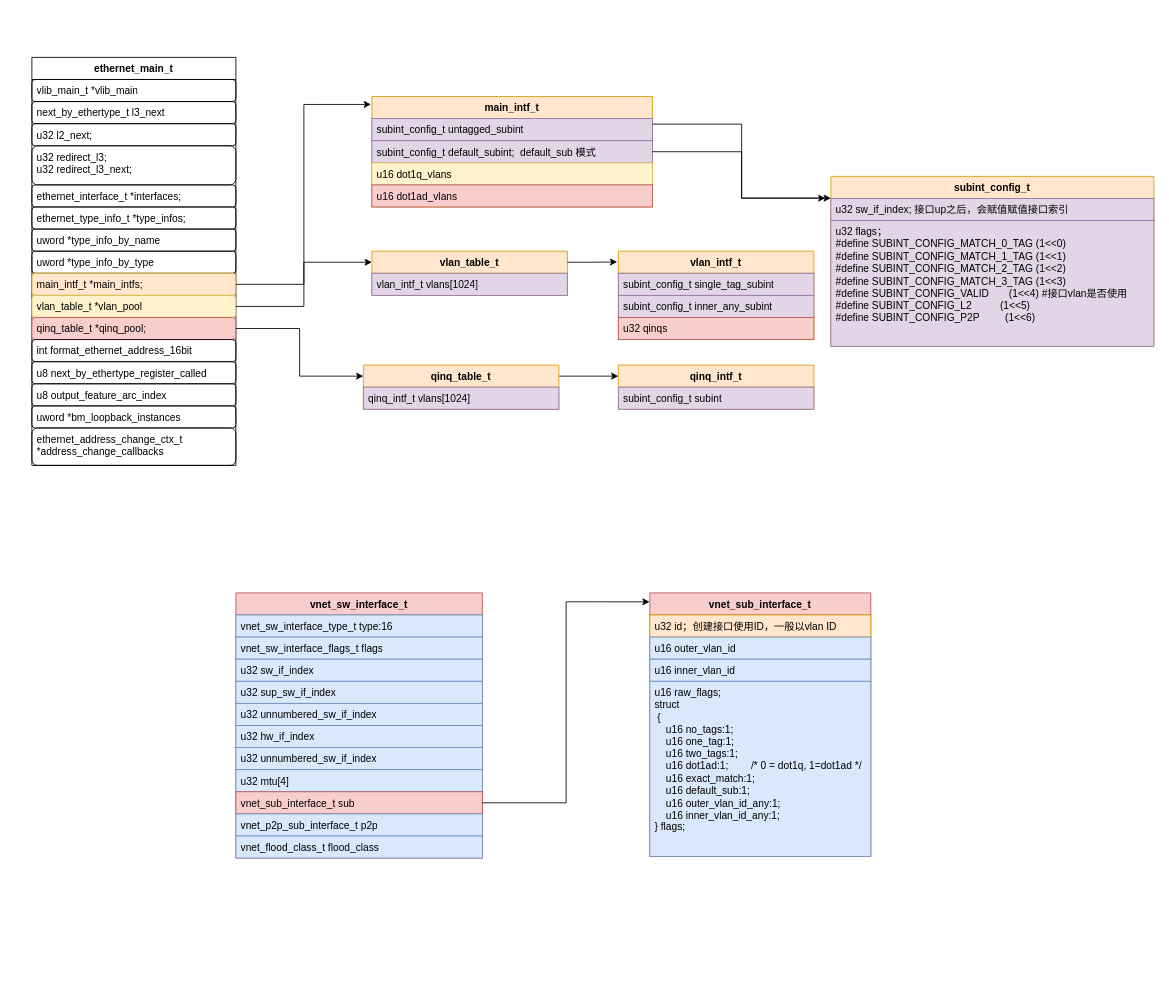
Above: new_map/vlan_qinq.drawio in jin13417/dpdk-vpp-learning (draw.io), before the change. Source tidied: cells renumbered, new cells numbered last; positions are measured from the earlier drawing's top-left corner, leaving out a move shared by most shapes. Both pictures are drawn from the tidied source at 85%, with x=0, y=0 at pixel (31, 57).
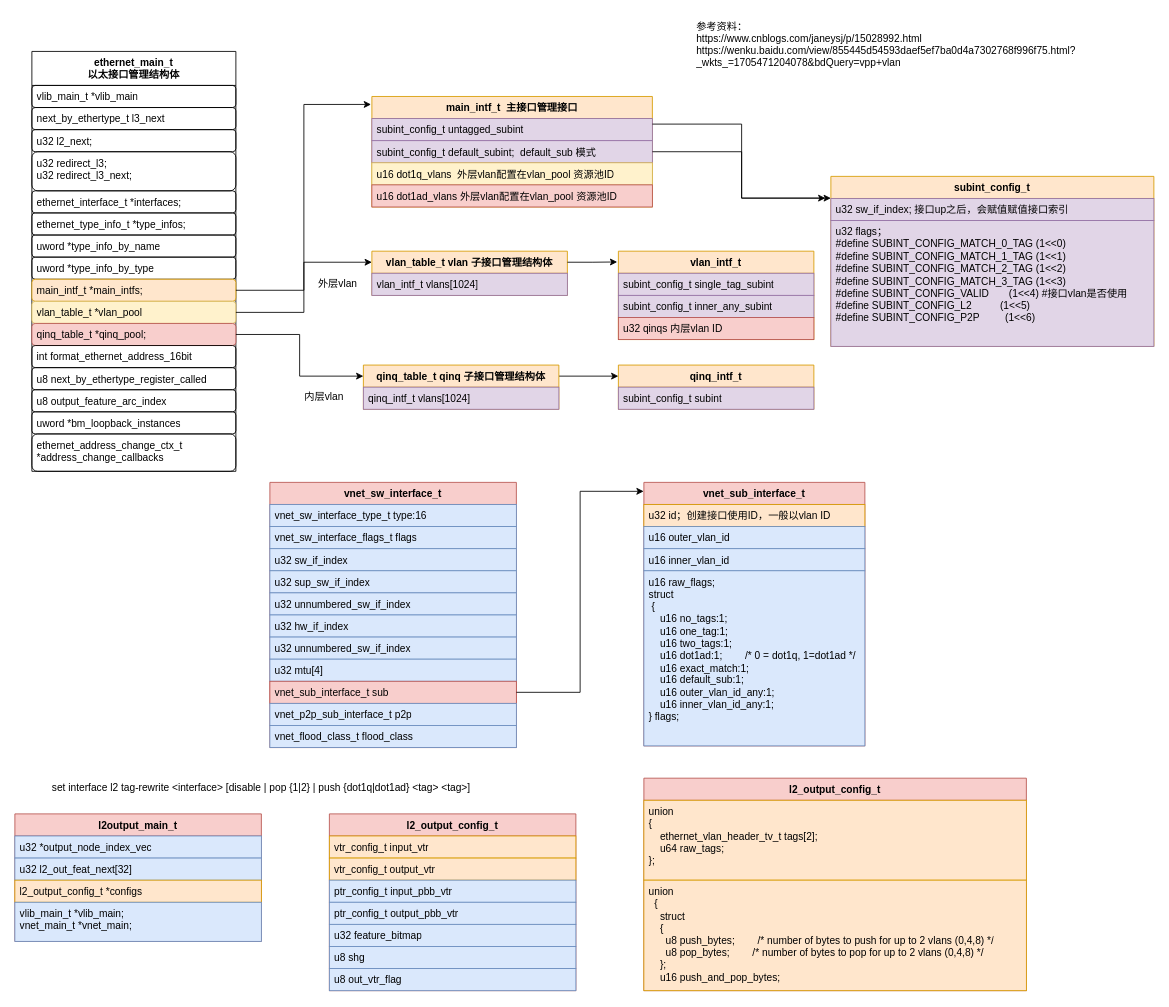
After the change.

The change refers to these unchanged cells:
```xml
<mxCell id="29" value="vlan_intf_t" style="swimlane;fontStyle=1;align=center;verticalAlign=top;horizontal=1;startSize=26;whiteSpace=wrap;html=1;fillColor=#ffe6cc;strokeColor=#d79b00;" parent="1" vertex="1">
  <mxGeometry x="690" y="228" width="230" height="104" as="geometry" />
</mxCell>
```

What changed in the source:
```diff
@@
-    <mxCell id="2" value="ethernet_main_t" style="swimlane;fontStyle=1;align=center;verticalAlign=top;horizontal=1;startSize=26;whiteSpace=wrap;html=1;" parent="1" vertex="1">
-      <mxGeometry width="240" height="480" as="geometry" />
+    <mxCell id="2" value="ethernet_main_t&lt;br&gt;以太接口管理结构体" style="swimlane;fontStyle=1;align=center;verticalAlign=top;horizontal=1;startSize=40;whiteSpace=wrap;html=1;" parent="1" vertex="1">
+      <mxGeometry y="-7" width="240" height="494" as="geometry" />
     </mxCell>
     <mxCell id="3" value="vlib_main_t *vlib_main" style="text;strokeColor=default;fillColor=none;align=left;verticalAlign=top;spacingLeft=4;spacingRight=4;overflow=hidden;whiteSpace=wrap;html=1;rounded=1;" parent="2" vertex="1">
-      <mxGeometry y="26" width="240" height="26" as="geometry" />
+      <mxGeometry y="40" width="240" height="26" as="geometry" />
     </mxCell>
     <mxCell id="4" value="next_by_ethertype_t l3_next" style="text;strokeColor=default;fillColor=none;align=left;verticalAlign=top;spacingLeft=4;spacingRight=4;overflow=hidden;whiteSpace=wrap;html=1;rounded=1;" parent="2" vertex="1">
-      <mxGeometry y="52" width="240" height="26" as="geometry" />
+      <mxGeometry y="66" width="240" height="26" as="geometry" />
     </mxCell>
     <mxCell id="5" value="u32 l2_next;" style="text;strokeColor=default;fillColor=none;align=left;verticalAlign=top;spacingLeft=4;spacingRight=4;overflow=hidden;whiteSpace=wrap;html=1;rounded=1;" parent="2" vertex="1">
-      <mxGeometry y="78" width="240" height="26" as="geometry" />
+      <mxGeometry y="92" width="240" height="26" as="geometry" />
     </mxCell>
     <mxCell id="6" value="&lt;div&gt;u32 redirect_l3;&lt;/div&gt;&lt;div&gt;u32 redirect_l3_next;&lt;/div&gt;" style="text;strokeColor=default;fillColor=none;align=left;verticalAlign=top;spacingLeft=4;spacingRight=4;overflow=hidden;whiteSpace=wrap;html=1;rounded=1;" parent="2" vertex="1">
-      <mxGeometry y="104" width="240" height="46" as="geometry" />
+      <mxGeometry y="118" width="240" height="46" as="geometry" />
     </mxCell>
     <mxCell id="7" value="ethernet_interface_t *interfaces;" style="text;strokeColor=default;fillColor=none;align=left;verticalAlign=top;spacingLeft=4;spacingRight=4;overflow=hidden;whiteSpace=wrap;html=1;rounded=1;" parent="2" vertex="1">
-      <mxGeometry y="150" width="240" height="26" as="geometry" />
+      <mxGeometry y="164" width="240" height="26" as="geometry" />
     </mxCell>
     <mxCell id="8" value="ethernet_type_info_t *type_infos;" style="text;strokeColor=default;fillColor=none;align=left;verticalAlign=top;spacingLeft=4;spacingRight=4;overflow=hidden;whiteSpace=wrap;html=1;rounded=1;" parent="2" vertex="1">
-      <mxGeometry y="176" width="240" height="26" as="geometry" />
+      <mxGeometry y="190" width="240" height="26" as="geometry" />
     </mxCell>
     <mxCell id="9" value="uword *type_info_by_name" style="text;strokeColor=default;fillColor=none;align=left;verticalAlign=top;spacingLeft=4;spacingRight=4;overflow=hidden;whiteSpace=wrap;html=1;rounded=1;" parent="2" vertex="1">
-      <mxGeometry y="202" width="240" height="26" as="geometry" />
+      <mxGeometry y="216" width="240" height="26" as="geometry" />
     </mxCell>
     <mxCell id="10" value="uword *type_info_by_type" style="text;strokeColor=default;fillColor=none;align=left;verticalAlign=top;spacingLeft=4;spacingRight=4;overflow=hidden;whiteSpace=wrap;html=1;rounded=1;" parent="2" vertex="1">
-      <mxGeometry y="228" width="240" height="26" as="geometry" />
+      <mxGeometry y="242" width="240" height="26" as="geometry" />
     </mxCell>
     <mxCell id="11" value="main_intf_t *main_intfs;" style="text;strokeColor=#d79b00;fillColor=#ffe6cc;align=left;verticalAlign=top;spacingLeft=4;spacingRight=4;overflow=hidden;points=[[0,0.5],[1,0.5]];portConstraint=eastwest;whiteSpace=wrap;html=1;rounded=1;" parent="2" vertex="1">
-      <mxGeometry y="254" width="240" height="26" as="geometry" />
+      <mxGeometry y="268" width="240" height="26" as="geometry" />
     </mxCell>
     <mxCell id="12" value="vlan_table_t *vlan_pool" style="text;strokeColor=#d6b656;fillColor=#fff2cc;align=left;verticalAlign=top;spacingLeft=4;spacingRight=4;overflow=hidden;points=[[0,0.5],[1,0.5]];portConstraint=eastwest;whiteSpace=wrap;html=1;rounded=1;" parent="2" vertex="1">
-      <mxGeometry y="280" width="240" height="26" as="geometry" />
+      <mxGeometry y="294" width="240" height="26" as="geometry" />
     </mxCell>
     <mxCell id="13" value="qinq_table_t *qinq_pool;" style="text;strokeColor=#b85450;fillColor=#f8cecc;align=left;verticalAlign=top;spacingLeft=4;spacingRight=4;overflow=hidden;points=[[0,0.5],[1,0.5]];portConstraint=eastwest;whiteSpace=wrap;html=1;rounded=1;" parent="2" vertex="1">
-      <mxGeometry y="306" width="240" height="26" as="geometry" />
+      <mxGeometry y="320" width="240" height="26" as="geometry" />
     </mxCell>
     <mxCell id="14" value="int format_ethernet_address_16bit" style="text;strokeColor=default;fillColor=none;align=left;verticalAlign=top;spacingLeft=4;spacingRight=4;overflow=hidden;whiteSpace=wrap;html=1;rounded=1;" parent="2" vertex="1">
-      <mxGeometry y="332" width="240" height="26" as="geometry" />
+      <mxGeometry y="346" width="240" height="26" as="geometry" />
     </mxCell>
     <mxCell id="15" value="u8 next_by_ethertype_register_called" style="text;strokeColor=default;fillColor=none;align=left;verticalAlign=top;spacingLeft=4;spacingRight=4;overflow=hidden;whiteSpace=wrap;html=1;rounded=1;" parent="2" vertex="1">
-      <mxGeometry y="358" width="240" height="26" as="geometry" />
+      <mxGeometry y="372" width="240" height="26" as="geometry" />
     </mxCell>
     <mxCell id="16" value="u8 output_feature_arc_index" style="text;strokeColor=default;fillColor=none;align=left;verticalAlign=top;spacingLeft=4;spacingRight=4;overflow=hidden;whiteSpace=wrap;html=1;rounded=1;" parent="2" vertex="1">
-      <mxGeometry y="384" width="240" height="26" as="geometry" />
+      <mxGeometry y="398" width="240" height="26" as="geometry" />
     </mxCell>
     <mxCell id="17" value="uword *bm_loopback_instances" style="text;strokeColor=default;fillColor=none;align=left;verticalAlign=top;spacingLeft=4;spacingRight=4;overflow=hidden;whiteSpace=wrap;html=1;rounded=1;" parent="2" vertex="1">
-      <mxGeometry y="410" width="240" height="26" as="geometry" />
+      <mxGeometry y="424" width="240" height="26" as="geometry" />
     </mxCell>
     <mxCell id="18" value="ethernet_address_change_ctx_t *address_change_callbacks" style="text;strokeColor=default;fillColor=none;align=left;verticalAlign=top;spacingLeft=4;spacingRight=4;overflow=hidden;whiteSpace=wrap;html=1;rounded=1;" parent="2" vertex="1">
-      <mxGeometry y="436" width="240" height="44" as="geometry" />
+      <mxGeometry y="450" width="240" height="44" as="geometry" />
     </mxCell>
-    <mxCell id="19" value="main_intf_t" style="swimlane;fontStyle=1;align=center;verticalAlign=top;horizontal=1;startSize=26;whiteSpace=wrap;html=1;fillColor=#ffe6cc;strokeColor=#d79b00;" parent="1" vertex="1">
+    <mxCell id="19" value="main_intf_t&amp;nbsp; 主接口管理接口" style="swimlane;fontStyle=1;align=center;verticalAlign=top;horizontal=1;startSize=26;whiteSpace=wrap;html=1;fillColor=#ffe6cc;strokeColor=#d79b00;" parent="1" vertex="1">
       <mxGeometry x="400" y="46" width="330" height="130" as="geometry" />
     </mxCell>
@@
-    <mxCell id="22" value="u16 dot1q_vlans" style="text;strokeColor=#d6b656;fillColor=#fff2cc;align=left;verticalAlign=top;spacingLeft=4;spacingRight=4;overflow=hidden;whiteSpace=wrap;html=1;" parent="19" vertex="1">
+    <mxCell id="22" value="u16 dot1q_vlans&amp;nbsp; 外层vlan配置在vlan_pool 资源池ID" style="text;strokeColor=#d6b656;fillColor=#fff2cc;align=left;verticalAlign=top;spacingLeft=4;spacingRight=4;overflow=hidden;whiteSpace=wrap;html=1;" parent="19" vertex="1">
       <mxGeometry y="78" width="330" height="26" as="geometry" />
     </mxCell>
-    <mxCell id="23" value="u16 dot1ad_vlans" style="text;strokeColor=#b85450;fillColor=#f8cecc;align=left;verticalAlign=top;spacingLeft=4;spacingRight=4;overflow=hidden;whiteSpace=wrap;html=1;" parent="19" vertex="1">
+    <mxCell id="23" value="u16 dot1ad_vlans 外层vlan配置在vlan_pool 资源池ID" style="text;strokeColor=#b85450;fillColor=#f8cecc;align=left;verticalAlign=top;spacingLeft=4;spacingRight=4;overflow=hidden;whiteSpace=wrap;html=1;" parent="19" vertex="1">
       <mxGeometry y="104" width="330" height="26" as="geometry" />
     </mxCell>
-    <mxCell id="24" value="vlan_table_t" style="swimlane;fontStyle=1;align=center;verticalAlign=top;horizontal=1;startSize=26;whiteSpace=wrap;html=1;fillColor=#ffe6cc;strokeColor=#d79b00;" parent="1" vertex="1">
+    <mxCell id="24" value="vlan_table_t vlan 子接口管理结构体" style="swimlane;fontStyle=1;align=center;verticalAlign=top;horizontal=1;startSize=26;whiteSpace=wrap;html=1;fillColor=#ffe6cc;strokeColor=#d79b00;" parent="1" vertex="1">
       <mxGeometry x="400" y="228" width="230" height="52" as="geometry" />
     </mxCell>
@@
-    <mxCell id="27" value="qinq_table_t" style="swimlane;fontStyle=1;align=center;verticalAlign=top;horizontal=1;startSize=26;whiteSpace=wrap;html=1;fillColor=#ffe6cc;strokeColor=#d79b00;" parent="1" vertex="1">
+    <mxCell id="27" value="qinq_table_t qinq 子接口管理结构体" style="swimlane;fontStyle=1;align=center;verticalAlign=top;horizontal=1;startSize=26;whiteSpace=wrap;html=1;fillColor=#ffe6cc;strokeColor=#d79b00;" parent="1" vertex="1">
       <mxGeometry x="390" y="362" width="230" height="52" as="geometry" />
     </mxCell>
@@
-    <mxCell id="32" value="u32 qinqs" style="text;strokeColor=#b85450;fillColor=#f8cecc;align=left;verticalAlign=top;spacingLeft=4;spacingRight=4;overflow=hidden;whiteSpace=wrap;html=1;" parent="29" vertex="1">
+    <mxCell id="32" value="u32 qinqs 内层vlan ID" style="text;strokeColor=#b85450;fillColor=#f8cecc;align=left;verticalAlign=top;spacingLeft=4;spacingRight=4;overflow=hidden;whiteSpace=wrap;html=1;" parent="29" vertex="1">
       <mxGeometry y="78" width="230" height="26" as="geometry" />
     </mxCell>
@@
     <mxCell id="44" value="vnet_sw_interface_t" style="swimlane;fontStyle=1;align=center;verticalAlign=top;horizontal=1;startSize=26;whiteSpace=wrap;html=1;fillColor=#f8cecc;strokeColor=#b85450;" parent="1" vertex="1">
-      <mxGeometry x="240" y="630" width="290" height="312" as="geometry" />
+      <mxGeometry x="280" y="500" width="290" height="312" as="geometry" />
     </mxCell>
@@
     <mxCell id="56" value="vnet_sub_interface_t" style="swimlane;fontStyle=1;align=center;verticalAlign=top;horizontal=1;startSize=26;whiteSpace=wrap;html=1;fillColor=#f8cecc;strokeColor=#b85450;" parent="1" vertex="1">
-      <mxGeometry x="727" y="630" width="260" height="310" as="geometry" />
+      <mxGeometry x="720" y="500" width="260" height="310" as="geometry" />
     </mxCell>
@@
+    <mxCell id="62" value="l2output_main_t" style="swimlane;fontStyle=1;align=center;verticalAlign=top;horizontal=1;startSize=26;whiteSpace=wrap;html=1;fillColor=#f8cecc;strokeColor=#b85450;" parent="1" vertex="1">
+      <mxGeometry x="-20" y="890" width="290" height="150" as="geometry" />
+    </mxCell>
+    <mxCell id="63" value="u32 *output_node_index_vec" style="text;strokeColor=#6c8ebf;fillColor=#dae8fc;align=left;verticalAlign=top;spacingLeft=4;spacingRight=4;overflow=hidden;whiteSpace=wrap;html=1;" parent="62" vertex="1">
+      <mxGeometry y="26" width="290" height="26" as="geometry" />
+    </mxCell>
+    <mxCell id="64" value="u32 l2_out_feat_next[32]" style="text;strokeColor=#6c8ebf;fillColor=#dae8fc;align=left;verticalAlign=top;spacingLeft=4;spacingRight=4;overflow=hidden;whiteSpace=wrap;html=1;" parent="62" vertex="1">
+      <mxGeometry y="52" width="290" height="26" as="geometry" />
+    </mxCell>
+    <mxCell id="65" value="l2_output_config_t *configs" style="text;strokeColor=#d79b00;fillColor=#ffe6cc;align=left;verticalAlign=top;spacingLeft=4;spacingRight=4;overflow=hidden;whiteSpace=wrap;html=1;" parent="62" vertex="1">
+      <mxGeometry y="78" width="290" height="26" as="geometry" />
+    </mxCell>
+    <mxCell id="66" value="&lt;div&gt;vlib_main_t *vlib_main;&lt;/div&gt;&lt;div&gt;vnet_main_t *vnet_main;&lt;/div&gt;" style="text;strokeColor=#6c8ebf;fillColor=#dae8fc;align=left;verticalAlign=top;spacingLeft=4;spacingRight=4;overflow=hidden;whiteSpace=wrap;html=1;" parent="62" vertex="1">
+      <mxGeometry y="104" width="290" height="46" as="geometry" />
+    </mxCell>
+    <mxCell id="67" value="l2_output_config_t" style="swimlane;fontStyle=1;align=center;verticalAlign=top;horizontal=1;startSize=26;whiteSpace=wrap;html=1;fillColor=#f8cecc;strokeColor=#b85450;" parent="1" vertex="1">
+      <mxGeometry x="350" y="890" width="290" height="208" as="geometry" />
+    </mxCell>
+    <mxCell id="68" value="vtr_config_t input_vtr" style="text;strokeColor=#d79b00;fillColor=#ffe6cc;align=left;verticalAlign=top;spacingLeft=4;spacingRight=4;overflow=hidden;whiteSpace=wrap;html=1;" parent="67" vertex="1">
+      <mxGeometry y="26" width="290" height="26" as="geometry" />
+    </mxCell>
+    <mxCell id="69" value="vtr_config_t output_vtr" style="text;strokeColor=#d79b00;fillColor=#ffe6cc;align=left;verticalAlign=top;spacingLeft=4;spacingRight=4;overflow=hidden;whiteSpace=wrap;html=1;" parent="67" vertex="1">
+      <mxGeometry y="52" width="290" height="26" as="geometry" />
+    </mxCell>
+    <mxCell id="70" value="ptr_config_t input_pbb_vtr" style="text;strokeColor=#6c8ebf;fillColor=#dae8fc;align=left;verticalAlign=top;spacingLeft=4;spacingRight=4;overflow=hidden;whiteSpace=wrap;html=1;" parent="67" vertex="1">
+      <mxGeometry y="78" width="290" height="26" as="geometry" />
+    </mxCell>
+    <mxCell id="71" value="ptr_config_t output_pbb_vtr" style="text;strokeColor=#6c8ebf;fillColor=#dae8fc;align=left;verticalAlign=top;spacingLeft=4;spacingRight=4;overflow=hidden;whiteSpace=wrap;html=1;" parent="67" vertex="1">
+      <mxGeometry y="104" width="290" height="26" as="geometry" />
+    </mxCell>
+    <mxCell id="72" value="u32 feature_bitmap" style="text;strokeColor=#6c8ebf;fillColor=#dae8fc;align=left;verticalAlign=top;spacingLeft=4;spacingRight=4;overflow=hidden;whiteSpace=wrap;html=1;" parent="67" vertex="1">
+      <mxGeometry y="130" width="290" height="26" as="geometry" />
+    </mxCell>
+    <mxCell id="73" value="u8 shg" style="text;strokeColor=#6c8ebf;fillColor=#dae8fc;align=left;verticalAlign=top;spacingLeft=4;spacingRight=4;overflow=hidden;whiteSpace=wrap;html=1;" parent="67" vertex="1">
+      <mxGeometry y="156" width="290" height="26" as="geometry" />
+    </mxCell>
+    <mxCell id="74" value="u8 out_vtr_flag" style="text;strokeColor=#6c8ebf;fillColor=#dae8fc;align=left;verticalAlign=top;spacingLeft=4;spacingRight=4;overflow=hidden;whiteSpace=wrap;html=1;" parent="67" vertex="1">
+      <mxGeometry y="182" width="290" height="26" as="geometry" />
+    </mxCell>
+    <mxCell id="75" value="l2_output_config_t" style="swimlane;fontStyle=1;align=center;verticalAlign=top;horizontal=1;startSize=26;whiteSpace=wrap;html=1;fillColor=#f8cecc;strokeColor=#b85450;" parent="1" vertex="1">
+      <mxGeometry x="720" y="848" width="450" height="250" as="geometry" />
+    </mxCell>
+    <mxCell id="76" value="&lt;div&gt;union&lt;/div&gt;&lt;div&gt;&lt;span style=&quot;background-color: initial;&quot;&gt;{&lt;/span&gt;&lt;/div&gt;&lt;div&gt;&amp;nbsp; &amp;nbsp; ethernet_vlan_header_tv_t tags[2];&lt;/div&gt;&lt;div&gt;&amp;nbsp; &amp;nbsp; u64 raw_tags;&lt;/div&gt;&lt;div&gt;};&lt;/div&gt;" style="text;strokeColor=#d79b00;fillColor=#ffe6cc;align=left;verticalAlign=top;spacingLeft=4;spacingRight=4;overflow=hidden;whiteSpace=wrap;html=1;" parent="75" vertex="1">
+      <mxGeometry y="26" width="450" height="94" as="geometry" />
+    </mxCell>
+    <mxCell id="77" value="&lt;div&gt;union&lt;/div&gt;&lt;div&gt;&amp;nbsp; {&lt;/div&gt;&lt;div&gt;&amp;nbsp; &amp;nbsp; struct&lt;/div&gt;&lt;div&gt;&amp;nbsp; &amp;nbsp; {&lt;/div&gt;&lt;div&gt;&amp;nbsp; &amp;nbsp; &amp;nbsp; u8 push_bytes;&lt;span style=&quot;white-space: pre;&quot;&gt;&amp;nbsp;&amp;nbsp;&amp;nbsp;&amp;nbsp;&lt;/span&gt;&lt;span style=&quot;white-space: pre;&quot;&gt;&amp;nbsp;&amp;nbsp;&amp;nbsp;&amp;nbsp;&lt;/span&gt;/* number of bytes to push for up to 2 vlans (0,4,8) */&lt;/div&gt;&lt;div&gt;&amp;nbsp; &amp;nbsp; &amp;nbsp; u8 pop_bytes;&lt;span style=&quot;&quot;&gt;&lt;span style=&quot;white-space: pre;&quot;&gt;&amp;nbsp;&amp;nbsp;&amp;nbsp;&amp;nbsp;&lt;/span&gt;&lt;span style=&quot;white-space: pre;&quot;&gt;&amp;nbsp;&amp;nbsp;&amp;nbsp;&amp;nbsp;&lt;/span&gt;&lt;/span&gt;/* number of bytes to pop for up to 2 vlans (0,4,8) */&lt;/div&gt;&lt;div&gt;&amp;nbsp; &amp;nbsp; };&lt;/div&gt;&lt;div&gt;&amp;nbsp; &amp;nbsp; u16 push_and_pop_bytes;&lt;/div&gt;" style="text;strokeColor=#d79b00;fillColor=#ffe6cc;align=left;verticalAlign=top;spacingLeft=4;spacingRight=4;overflow=hidden;whiteSpace=wrap;html=1;" parent="75" vertex="1">
+      <mxGeometry y="120" width="450" height="130" as="geometry" />
+    </mxCell>
+    <mxCell id="78" value="set interface l2 tag-rewrite &amp;lt;interface&amp;gt; [disable | pop {1|2} | push {dot1q|dot1ad} &amp;lt;tag&amp;gt; &amp;lt;tag&amp;gt;]" style="text;html=1;strokeColor=none;fillColor=none;align=center;verticalAlign=middle;whiteSpace=wrap;rounded=0;" parent="1" vertex="1">
+      <mxGeometry y="844" width="540" height="30" as="geometry" />
+    </mxCell>
+    <mxCell id="79" value="参考资料：&lt;br&gt;https://www.cnblogs.com/janeysj/p/15028992.html&lt;br&gt;https://wenku.baidu.com/view/855445d54593daef5ef7ba0d4a7302768f996f75.html?_wkts_=1705471204078&amp;amp;bdQuery=vpp+vlan" style="text;html=1;strokeColor=none;fillColor=none;align=left;verticalAlign=middle;whiteSpace=wrap;rounded=0;" parent="1" vertex="1">
+      <mxGeometry x="780" y="-50" width="490" height="70" as="geometry" />
+    </mxCell>
+    <mxCell id="80" value="外层vlan" style="text;html=1;strokeColor=none;fillColor=none;align=center;verticalAlign=middle;whiteSpace=wrap;rounded=0;" parent="1" vertex="1">
+      <mxGeometry x="330" y="252" width="60" height="30" as="geometry" />
+    </mxCell>
+    <mxCell id="81" value="内层vlan" style="text;html=1;strokeColor=none;fillColor=none;align=center;verticalAlign=middle;whiteSpace=wrap;rounded=0;" parent="1" vertex="1">
+      <mxGeometry x="314" y="384" width="60" height="30" as="geometry" />
+    </mxCell>
```
